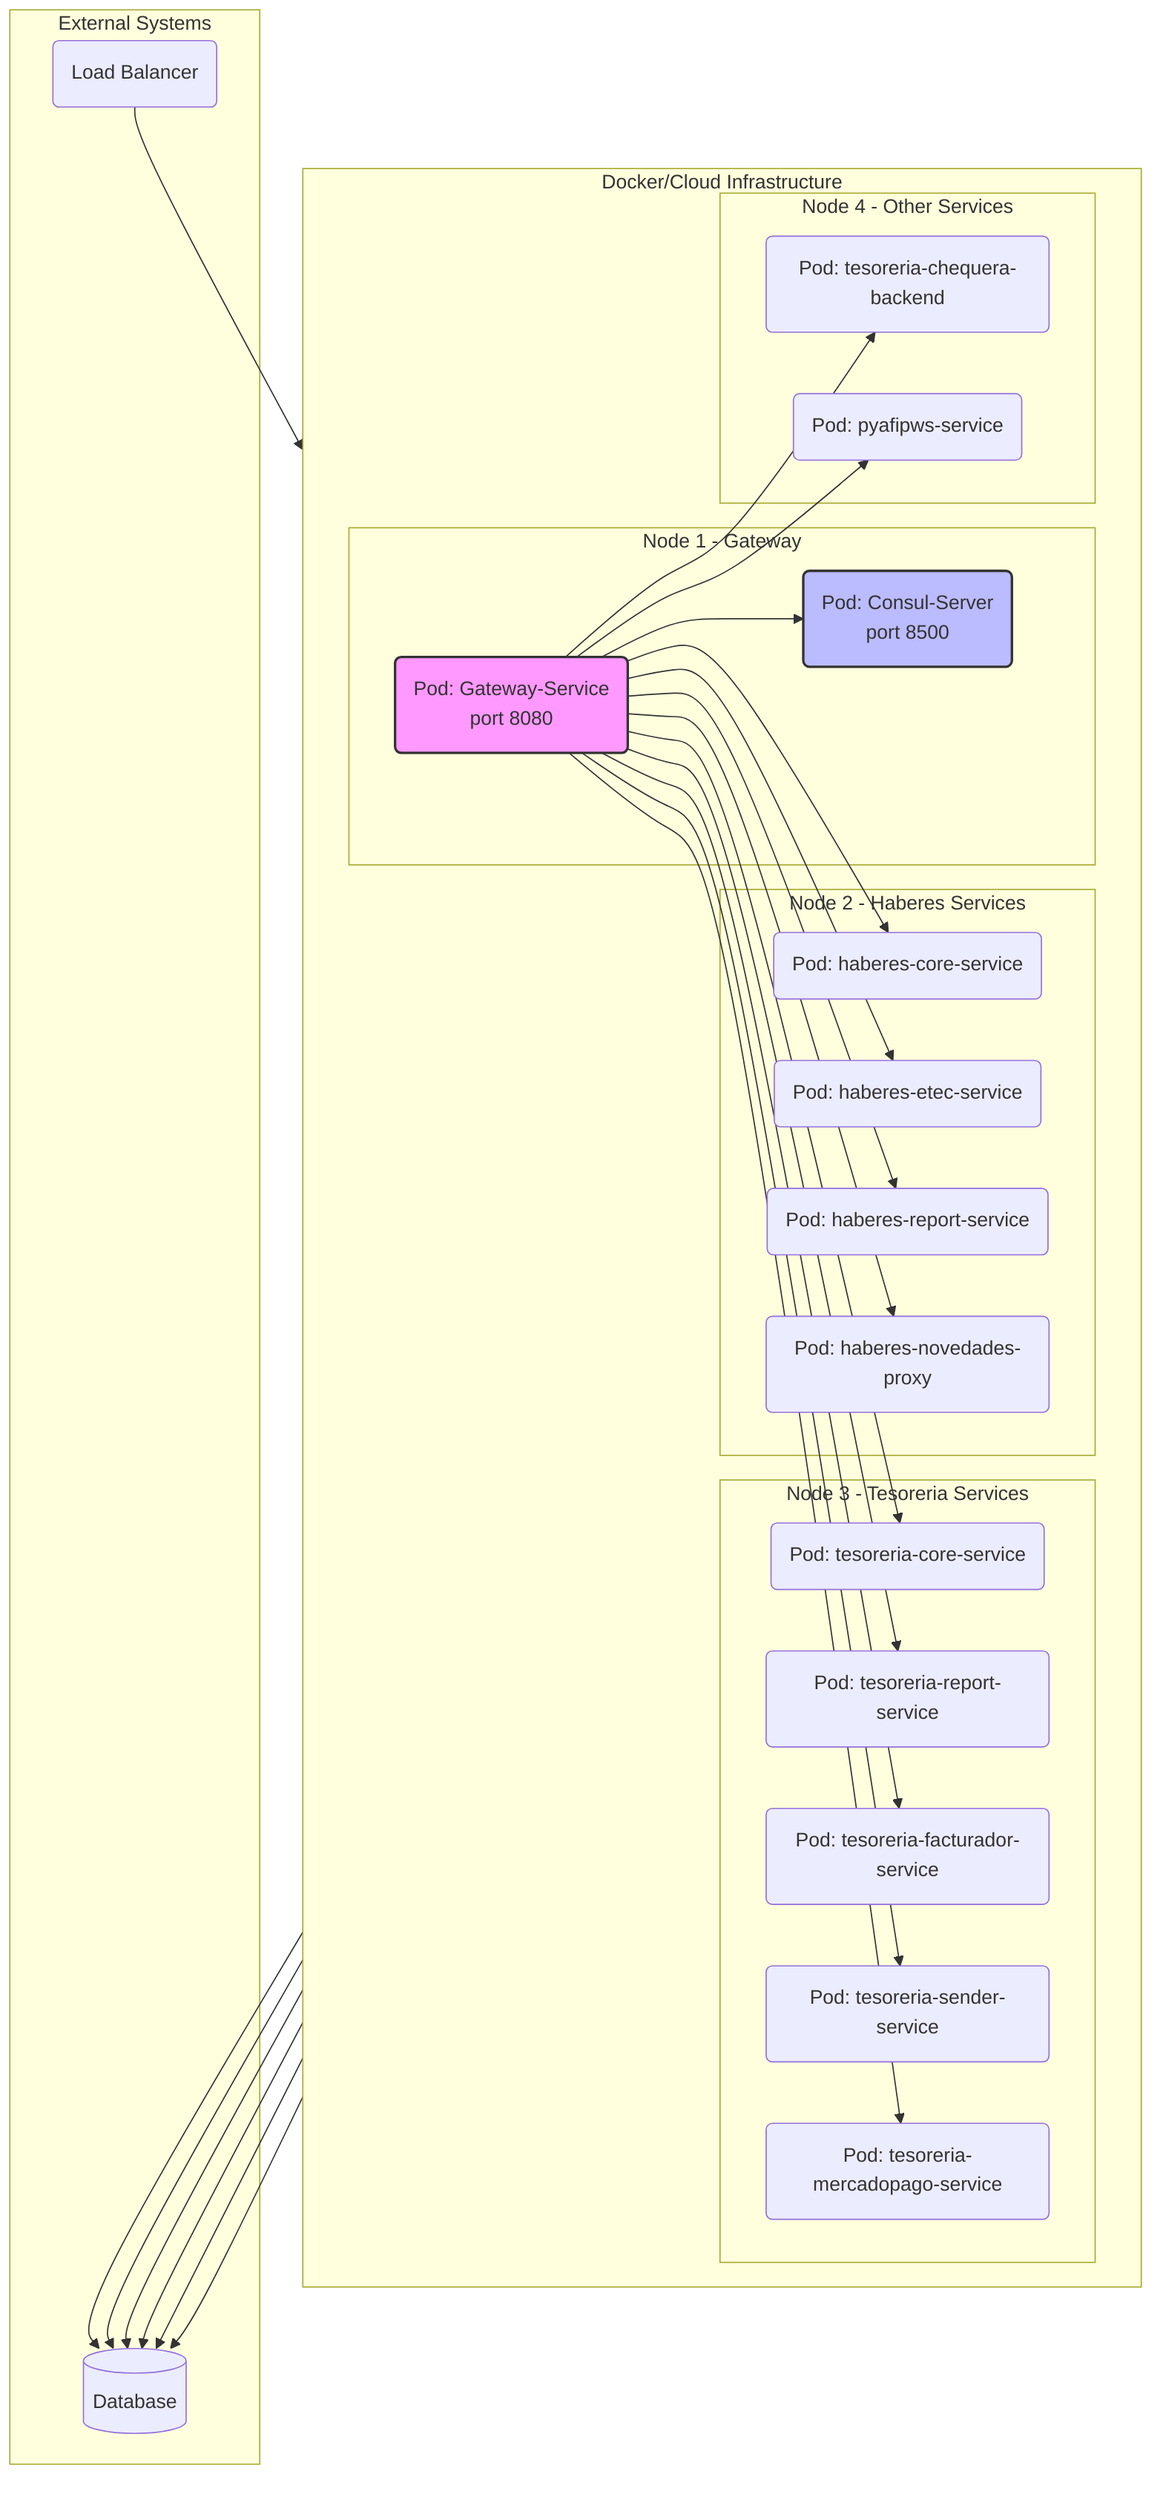
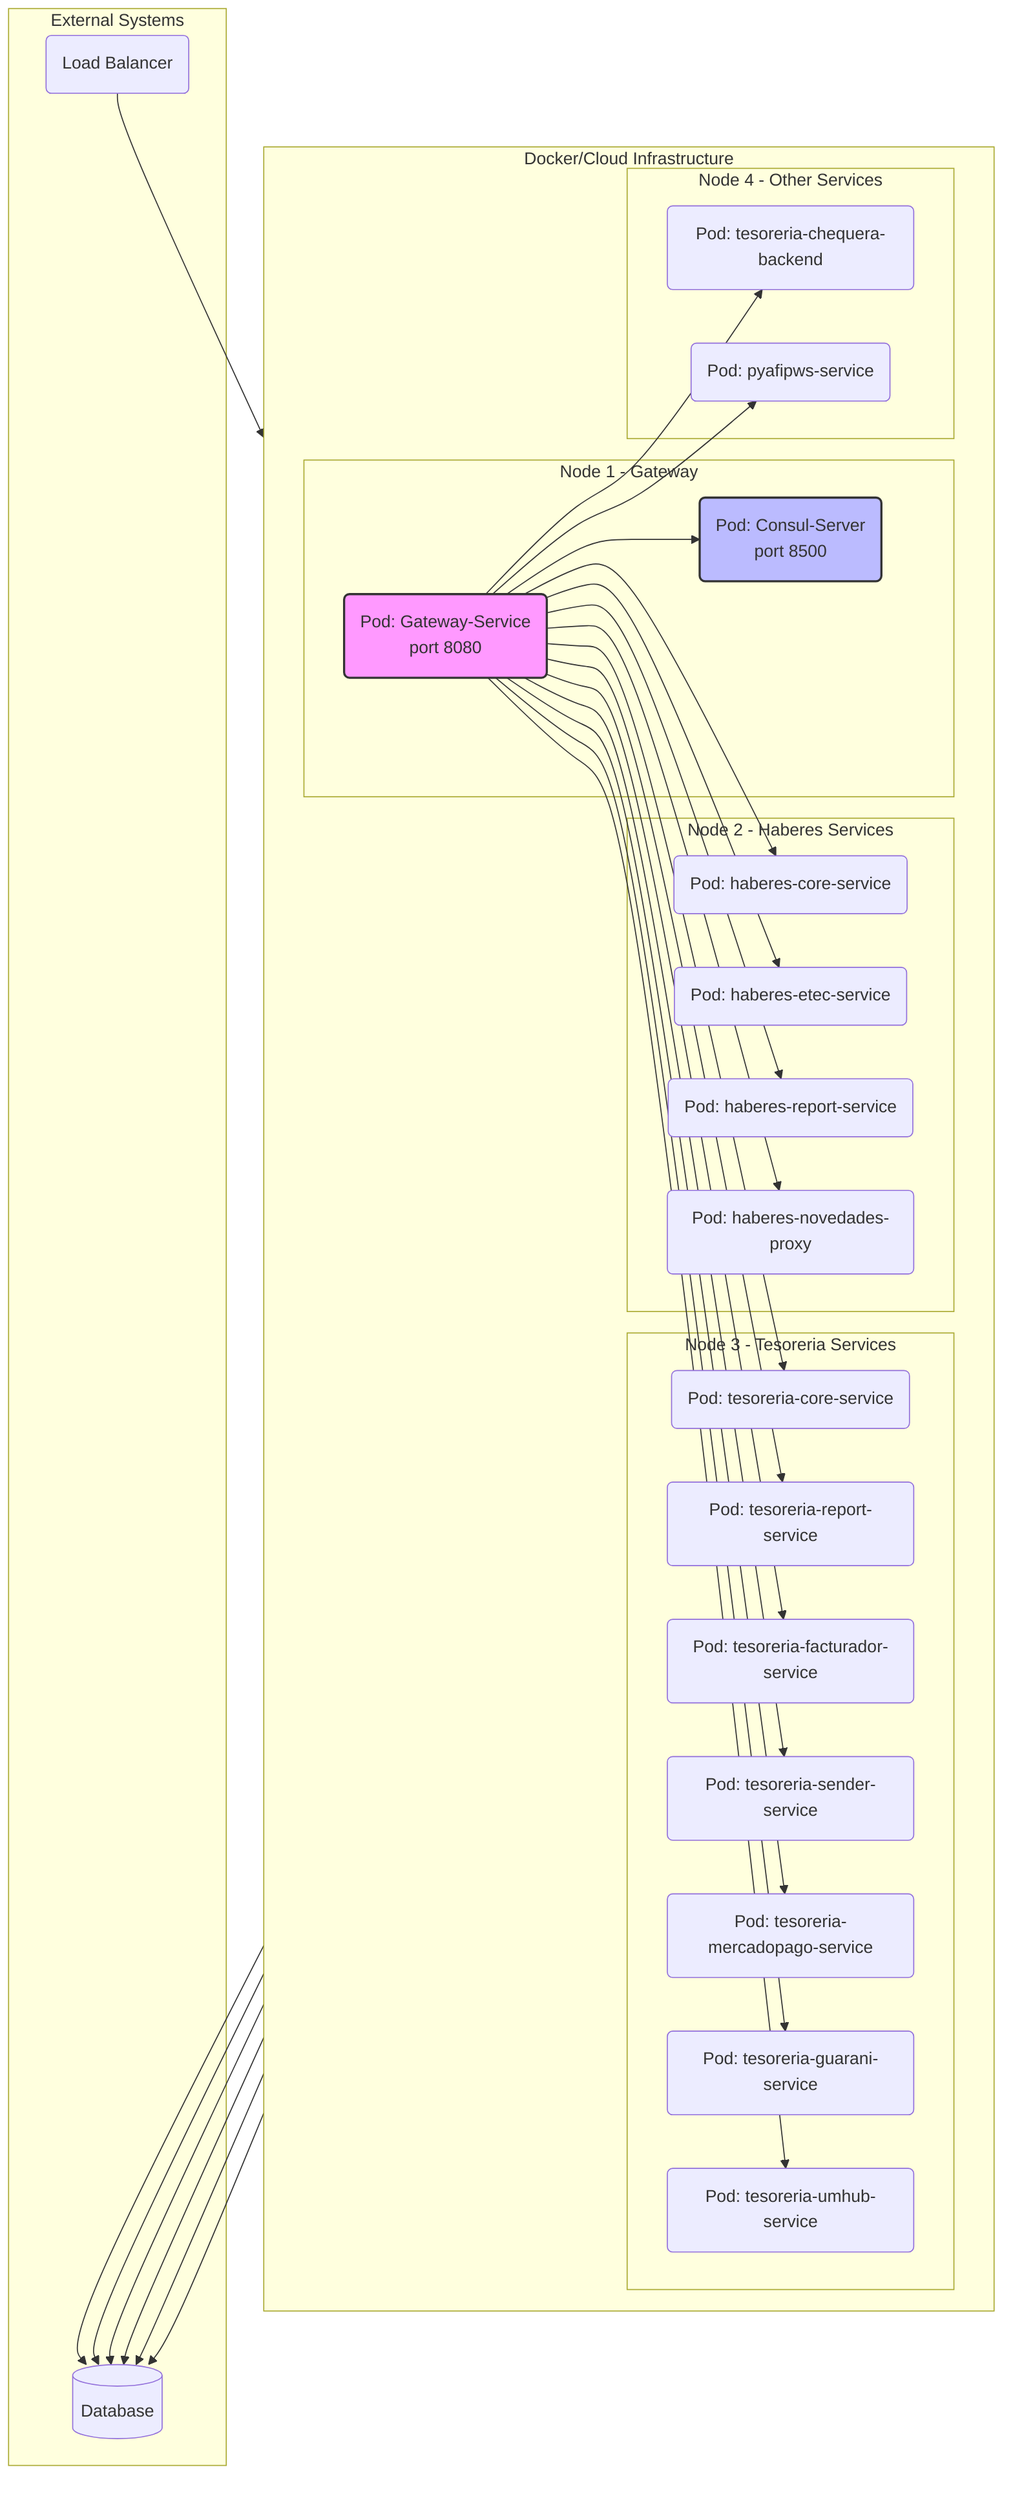
graph TD
    subgraph "Docker/Cloud Infrastructure"
        direction LR

        subgraph "Node 1 - Gateway"
            pod1(Pod: Gateway-Service<br/>port 8080)
            pod2(Pod: Consul-Server<br/>port 8500)
        end

        subgraph "Node 2 - Haberes Services"
            pod3(Pod: haberes-core-service)
            pod4(Pod: haberes-etec-service)
            pod5(Pod: haberes-report-service)
            pod6(Pod: haberes-novedades-proxy)
        end

        subgraph "Node 3 - Tesoreria Services"
            pod7(Pod: tesoreria-core-service)
            pod8(Pod: tesoreria-report-service)
            pod9(Pod: tesoreria-facturador-service)
            pod10(Pod: tesoreria-sender-service)
            pod11(Pod: tesoreria-mercadopago-service)
+             pod14(Pod: tesoreria-guarani-service)
+             pod15(Pod: tesoreria-umhub-service)
        end

        subgraph "Node 4 - Other Services"
            pod12(Pod: tesoreria-chequera-backend)
            pod13(Pod: pyafipws-service)
        end
    end

    subgraph "External Systems"
        lb(Load Balancer)
        db[(Database)]
    end

    lb --> pod1
    pod1 --> pod2
    pod1 --> pod3
    pod1 --> pod4
    pod1 --> pod5
    pod1 --> pod6
    pod1 --> pod7
    pod1 --> pod8
    pod1 --> pod9
    pod1 --> pod10
    pod1 --> pod11
+     pod1 --> pod14
+     pod1 --> pod15
    pod1 --> pod12
    pod1 --> pod13
    pod3 --> db
    pod4 --> db
    pod5 --> db
    pod7 --> db
    pod8 --> db
    pod9 --> db

    style pod1 fill:#f9f,stroke:#333,stroke-width:2px
    style pod2 fill:#bbf,stroke:#333,stroke-width:2px
